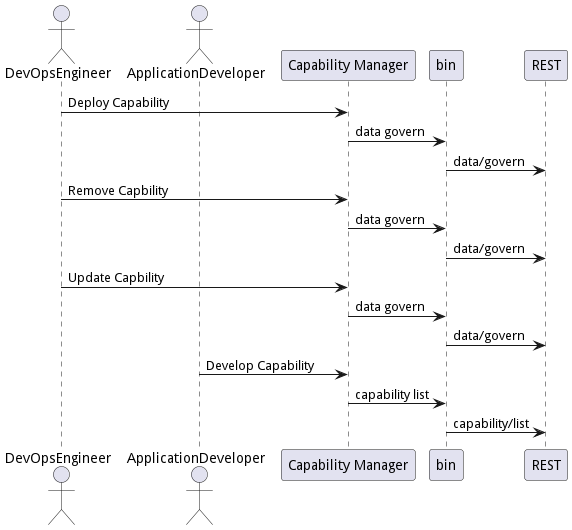
Above: docs/sabr/aml/cm/userinteraction.png in madajaju/sabr (PlantUML), before the change.
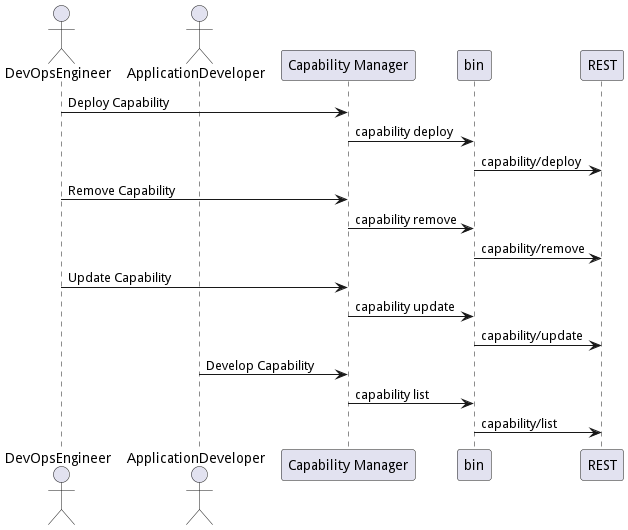
Above is the later version.

The edit, as a diff of the source:
```diff
@@ -9,16 +9,16 @@
 
 
 devops -> "Capability Manager": Deploy Capability
-"Capability Manager" -> bin: data govern
-bin -> REST: data/govern
+"Capability Manager" -> bin: capability deploy
+bin -> REST: capability/deploy
 
-devops -> "Capability Manager": Remove Capbility
-"Capability Manager" -> bin: data govern
-bin -> REST: data/govern
+devops -> "Capability Manager": Remove Capability
+"Capability Manager" -> bin: capability remove
+bin -> REST: capability/remove
 
-devops -> "Capability Manager": Update Capbility
-"Capability Manager" -> bin: data govern
-bin -> REST: data/govern
+devops -> "Capability Manager": Update Capability
+"Capability Manager" -> bin: capability update
+bin -> REST: capability/update
 
 applicationdeveloper -> "Capability Manager": Develop Capability
 "Capability Manager" -> bin: capability list
```
